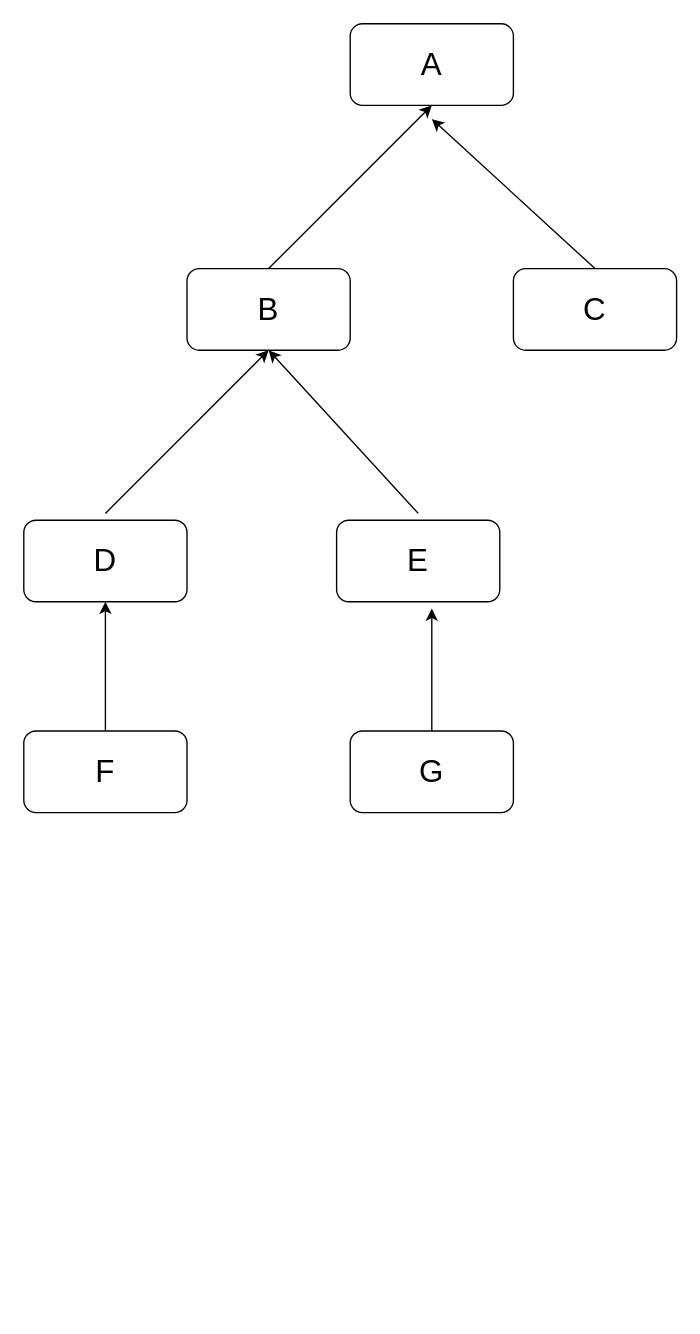
Earlier version of the draw.io diagram 未命名绘图.drawio (2511366062/drawioPIC_lxk). Source tidied: cells renumbered, new cells numbered last; positions are measured from the earlier drawing's top-left corner, leaving out a move shared by most shapes. Both pictures are drawn from the tidied source at 136%, with x=0, y=0 at pixel (23, 23).
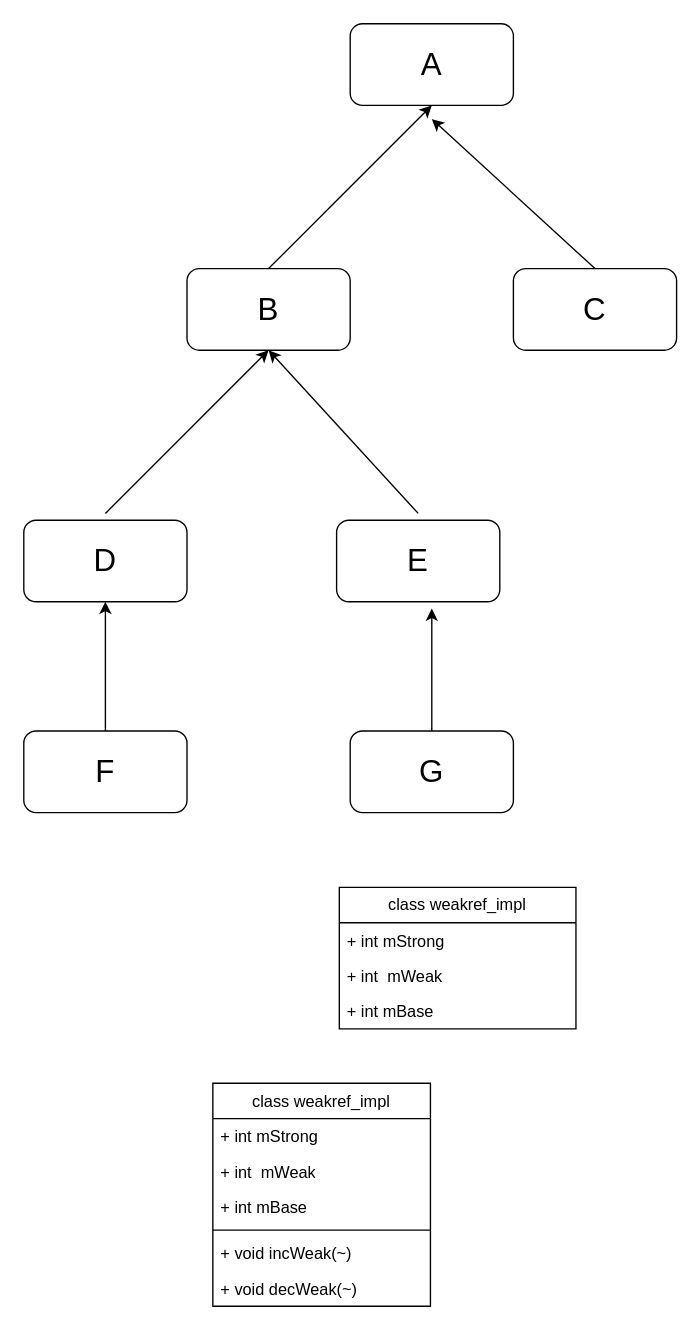
After the change.

Commit message:
更新未命名绘图.drawio

Diff of the diagram source:
```diff
@@
+    <mxCell id="15" value="class weakref_impl" style="swimlane;fontStyle=0;horizontal=1;startSize=26;fillColor=none;whiteSpace=wrap;html=1;" parent="1" vertex="1">
+      <mxGeometry x="232" y="635" width="174" height="104" as="geometry" />
+    </mxCell>
+    <mxCell id="16" value="+ int mStrong" style="text;strokeColor=none;fillColor=none;align=left;verticalAlign=top;spacingLeft=4;spacingRight=4;overflow=hidden;whiteSpace=wrap;html=1;" parent="15" vertex="1">
+      <mxGeometry y="26" width="174" height="26" as="geometry" />
+    </mxCell>
+    <mxCell id="17" value="+ int&amp;nbsp; mWeak" style="text;strokeColor=none;fillColor=none;align=left;verticalAlign=top;spacingLeft=4;spacingRight=4;overflow=hidden;whiteSpace=wrap;html=1;" parent="15" vertex="1">
+      <mxGeometry y="52" width="174" height="26" as="geometry" />
+    </mxCell>
+    <mxCell id="18" value="+ int mBase" style="text;strokeColor=none;fillColor=none;align=left;verticalAlign=top;spacingLeft=4;spacingRight=4;overflow=hidden;whiteSpace=wrap;html=1;" parent="15" vertex="1">
+      <mxGeometry y="78" width="174" height="26" as="geometry" />
+    </mxCell>
+    <mxCell id="19" value="&lt;span style=&quot;font-weight: 400;&quot;&gt;class weakref_impl&lt;/span&gt;" style="swimlane;fontStyle=1;align=center;verticalAlign=top;horizontal=1;startSize=26;whiteSpace=wrap;html=1;" parent="1" vertex="1">
+      <mxGeometry x="139" y="779" width="160" height="164" as="geometry" />
+    </mxCell>
+    <mxCell id="20" value="+ int mStrong" style="text;strokeColor=none;fillColor=none;align=left;verticalAlign=top;spacingLeft=4;spacingRight=4;overflow=hidden;whiteSpace=wrap;html=1;" parent="19" vertex="1">
+      <mxGeometry y="26" width="160" height="26" as="geometry" />
+    </mxCell>
+    <mxCell id="21" value="+ int&amp;nbsp; mWeak" style="text;strokeColor=none;fillColor=none;align=left;verticalAlign=top;spacingLeft=4;spacingRight=4;overflow=hidden;whiteSpace=wrap;html=1;" parent="19" vertex="1">
+      <mxGeometry y="52" width="160" height="26" as="geometry" />
+    </mxCell>
+    <mxCell id="22" value="+ int mBase" style="text;strokeColor=none;fillColor=none;align=left;verticalAlign=top;spacingLeft=4;spacingRight=4;overflow=hidden;whiteSpace=wrap;html=1;" parent="19" vertex="1">
+      <mxGeometry y="78" width="160" height="26" as="geometry" />
+    </mxCell>
+    <mxCell id="23" style="line;strokeWidth=1;fillColor=none;align=left;verticalAlign=middle;spacingTop=-1;spacingLeft=3;spacingRight=3;labelPosition=right;strokeColor=inherit;" parent="19" vertex="1">
+      <mxGeometry y="104" width="160" height="8" as="geometry" />
+    </mxCell>
+    <mxCell id="24" value="+ void incWeak(~)" style="text;strokeColor=none;fillColor=none;align=left;verticalAlign=top;spacingLeft=4;spacingRight=4;overflow=hidden;whiteSpace=wrap;html=1;" parent="19" vertex="1">
+      <mxGeometry y="112" width="160" height="26" as="geometry" />
+    </mxCell>
+    <mxCell id="25" value="+ void decWeak(~)" style="text;strokeColor=none;fillColor=none;align=left;verticalAlign=top;spacingLeft=4;spacingRight=4;overflow=hidden;whiteSpace=wrap;html=1;" parent="19" vertex="1">
+      <mxGeometry y="138" width="160" height="26" as="geometry" />
+    </mxCell>
```
